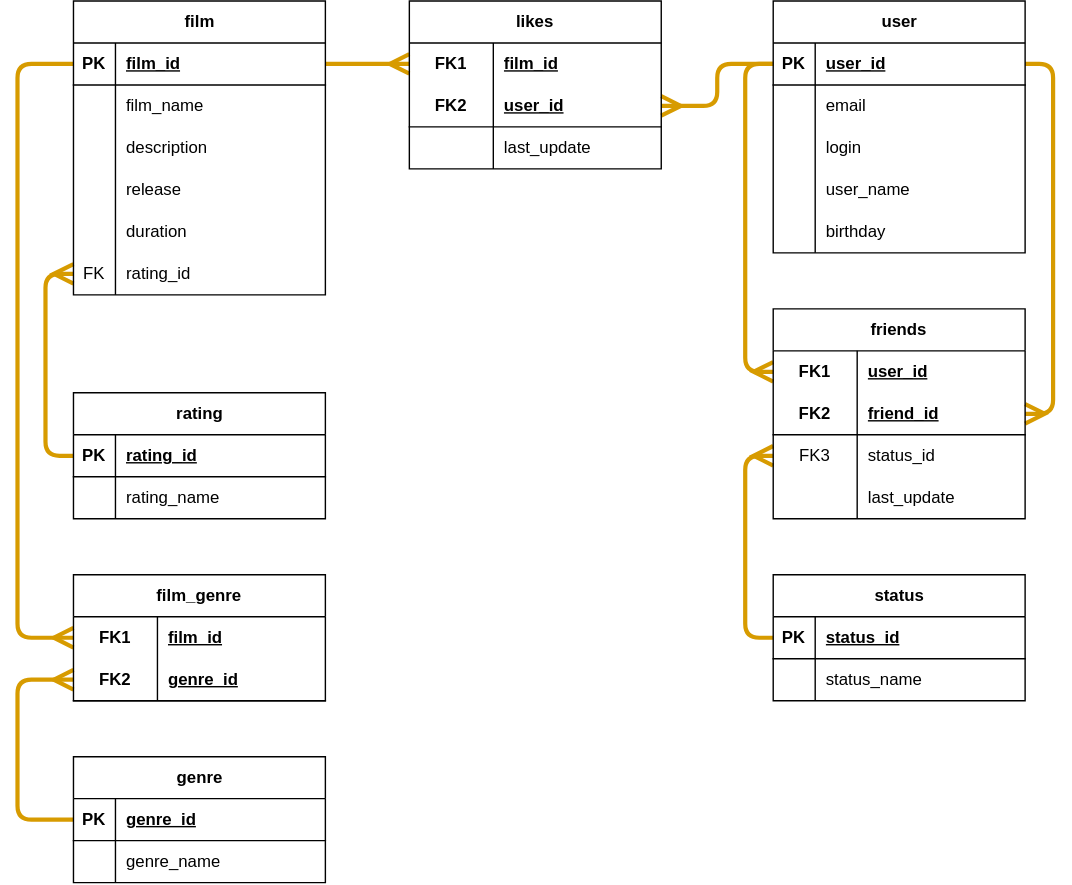
Earlier version of the draw.io export database_schema.svg (DenisPolo/java-filmorate). Source tidied: cells renumbered, new cells last; positions are measured from the earlier drawing's top-left corner, leaving out a move shared by most shapes.
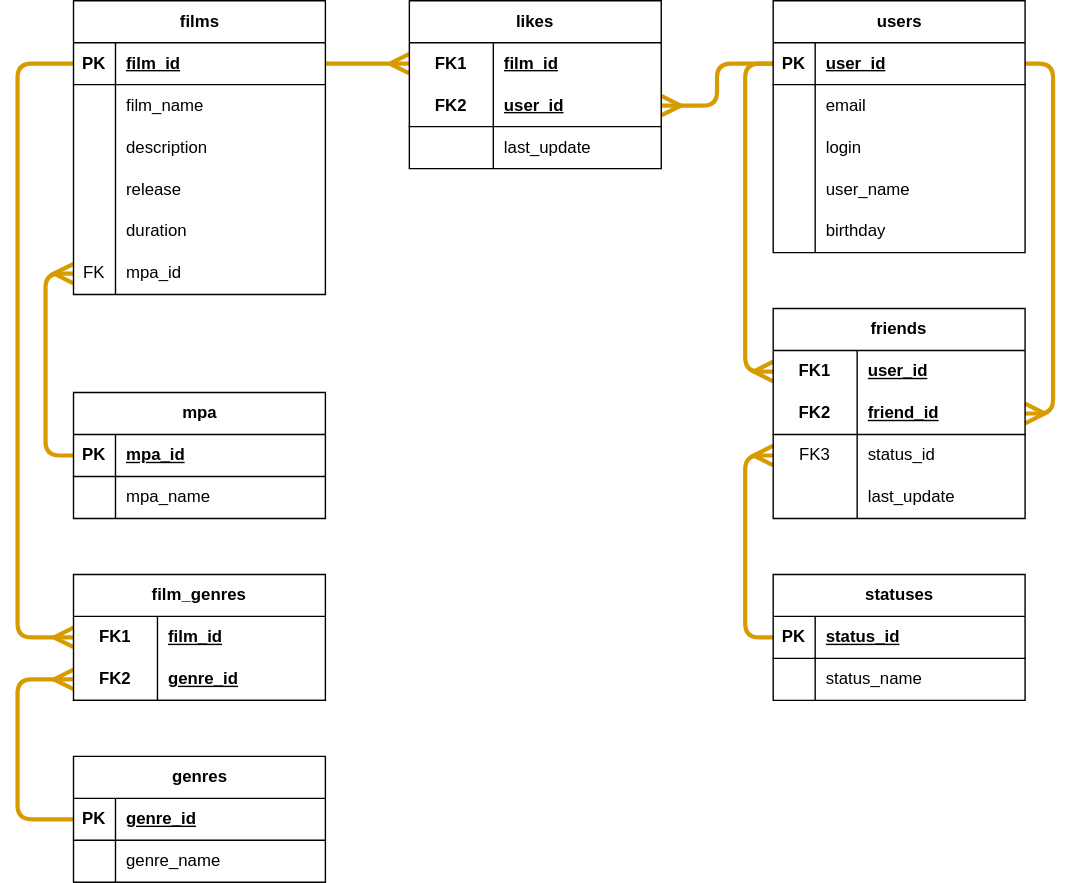
The same diagram one commit later.

Change to the diagram source:
```diff
@@ -54,7 +54,7 @@
     <mxCell id="9" style="edgeStyle=elbowEdgeStyle;fontSize=12;html=1;endArrow=ERmany;rounded=1;fillColor=#ffe6cc;strokeColor=#d79b00;strokeWidth=3;exitX=0;exitY=0.5;exitDx=0;exitDy=0;entryX=1;entryY=0.5;entryDx=0;entryDy=0;endSize=10;startSize=10;" parent="1" edge="1" source="44" target="83">
       <mxGeometry relative="1" as="geometry" />
     </mxCell>
-    <mxCell id="10" value="film" style="shape=table;startSize=30;rowLines=0;fontStyle=1;align=center;html=1;" parent="1" vertex="1">
+    <mxCell id="10" value="films" style="shape=table;startSize=30;rowLines=0;fontStyle=1;align=center;html=1;" parent="1" vertex="1">
       <mxGeometry x="40" width="180" height="210" as="geometry" />
     </mxCell>
     <mxCell id="11" style="shape=tableRow;horizontal=0;startSize=0;swimlaneHead=0;swimlaneBody=0;fillColor=none;points=[[0,0.5],[1,0.5]];portConstraint=eastwest;top=0;left=0;right=0;bottom=1;" parent="10" vertex="1">
@@ -108,10 +108,10 @@
     <mxCell id="27" value="FK" style="shape=partialRectangle;fillColor=none;top=0;left=0;bottom=0;right=0;overflow=hidden;whiteSpace=wrap;html=1;" parent="26" vertex="1">
       <mxGeometry width="30" height="30" as="geometry" />
     </mxCell>
-    <mxCell id="28" value="rating_id" style="shape=partialRectangle;fillColor=none;top=0;left=0;bottom=0;right=0;align=left;spacingLeft=6;overflow=hidden;whiteSpace=wrap;html=1;" parent="26" vertex="1">
+    <mxCell id="28" value="mpa_id" style="shape=partialRectangle;fillColor=none;top=0;left=0;bottom=0;right=0;align=left;spacingLeft=6;overflow=hidden;whiteSpace=wrap;html=1;" parent="26" vertex="1">
       <mxGeometry x="30" width="150" height="30" as="geometry" />
     </mxCell>
-    <mxCell id="29" value="rating" style="shape=table;startSize=30;rowLines=0;fontStyle=1;align=center;html=1;" parent="1" vertex="1">
+    <mxCell id="29" value="mpa" style="shape=table;startSize=30;rowLines=0;fontStyle=1;align=center;html=1;" parent="1" vertex="1">
       <mxGeometry x="40" y="280" width="180" height="90" as="geometry" />
     </mxCell>
     <mxCell id="30" style="shape=tableRow;horizontal=0;startSize=0;swimlaneHead=0;swimlaneBody=0;fillColor=none;points=[[0,0.5],[1,0.5]];portConstraint=eastwest;top=0;left=0;right=0;bottom=1;" parent="29" vertex="1">
@@ -120,7 +120,7 @@
     <mxCell id="31" value="PK" style="shape=partialRectangle;fillColor=none;top=0;left=0;bottom=0;right=0;fontStyle=1;overflow=hidden;whiteSpace=wrap;html=1;" parent="30" vertex="1">
       <mxGeometry width="30" height="30" as="geometry" />
     </mxCell>
-    <mxCell id="32" value="rating_id" style="shape=partialRectangle;fillColor=none;top=0;left=0;bottom=0;right=0;align=left;spacingLeft=6;fontStyle=5;overflow=hidden;whiteSpace=wrap;html=1;" parent="30" vertex="1">
+    <mxCell id="32" value="mpa_id" style="shape=partialRectangle;fillColor=none;top=0;left=0;bottom=0;right=0;align=left;spacingLeft=6;fontStyle=5;overflow=hidden;whiteSpace=wrap;html=1;" parent="30" vertex="1">
       <mxGeometry x="30" width="150" height="30" as="geometry" />
     </mxCell>
     <mxCell id="33" style="shape=tableRow;horizontal=0;startSize=0;swimlaneHead=0;swimlaneBody=0;fillColor=none;top=0;left=0;right=0;bottom=0;" parent="29" vertex="1">
@@ -129,10 +129,10 @@
     <mxCell id="34" style="shape=partialRectangle;fillColor=none;top=0;left=0;bottom=0;right=0;overflow=hidden;whiteSpace=wrap;html=1;" parent="33" vertex="1">
       <mxGeometry width="30" height="30" as="geometry" />
     </mxCell>
-    <mxCell id="35" value="rating_name" style="shape=partialRectangle;fillColor=none;top=0;left=0;bottom=0;right=0;align=left;spacingLeft=6;overflow=hidden;whiteSpace=wrap;html=1;" parent="33" vertex="1">
+    <mxCell id="35" value="mpa_name" style="shape=partialRectangle;fillColor=none;top=0;left=0;bottom=0;right=0;align=left;spacingLeft=6;overflow=hidden;whiteSpace=wrap;html=1;" parent="33" vertex="1">
       <mxGeometry x="30" width="150" height="30" as="geometry" />
     </mxCell>
-    <mxCell id="36" value="genre" style="shape=table;startSize=30;rowLines=0;fontStyle=1;align=center;html=1;" parent="1" vertex="1">
+    <mxCell id="36" value="genres" style="shape=table;startSize=30;rowLines=0;fontStyle=1;align=center;html=1;" parent="1" vertex="1">
       <mxGeometry x="40" y="540" width="180" height="90" as="geometry" />
     </mxCell>
     <mxCell id="37" style="shape=tableRow;horizontal=0;startSize=0;swimlaneHead=0;swimlaneBody=0;fillColor=none;points=[[0,0.5],[1,0.5]];portConstraint=eastwest;top=0;left=0;right=0;bottom=1;" parent="36" vertex="1">
@@ -153,7 +153,7 @@
     <mxCell id="42" value="genre_name" style="shape=partialRectangle;fillColor=none;top=0;left=0;bottom=0;right=0;align=left;spacingLeft=6;overflow=hidden;whiteSpace=wrap;html=1;" parent="40" vertex="1">
       <mxGeometry x="30" width="150" height="30" as="geometry" />
     </mxCell>
-    <mxCell id="43" value="user" style="shape=table;startSize=30;rowLines=0;fontStyle=1;align=center;html=1;" parent="1" vertex="1">
+    <mxCell id="43" value="users" style="shape=table;startSize=30;rowLines=0;fontStyle=1;align=center;html=1;" parent="1" vertex="1">
       <mxGeometry x="540" width="180" height="180" as="geometry" />
     </mxCell>
     <mxCell id="44" style="shape=tableRow;horizontal=0;startSize=0;swimlaneHead=0;swimlaneBody=0;fillColor=none;points=[[0,0.5],[1,0.5]];portConstraint=eastwest;top=0;left=0;right=0;bottom=1;" parent="43" vertex="1">
@@ -240,7 +240,7 @@
     <mxCell id="71" value="last_update" style="shape=partialRectangle;fillColor=none;top=0;left=0;bottom=0;right=0;align=left;spacingLeft=6;overflow=hidden;html=1;whiteSpace=wrap;" parent="69" vertex="1">
       <mxGeometry x="60" width="120" height="30" as="geometry" />
     </mxCell>
-    <mxCell id="72" value="status" style="shape=table;startSize=30;rowLines=0;fontStyle=1;align=center;html=1;" parent="1" vertex="1">
+    <mxCell id="72" value="statuses" style="shape=table;startSize=30;rowLines=0;fontStyle=1;align=center;html=1;" parent="1" vertex="1">
       <mxGeometry x="540" y="410" width="180" height="90" as="geometry" />
     </mxCell>
     <mxCell id="73" style="shape=tableRow;horizontal=0;startSize=0;swimlaneHead=0;swimlaneBody=0;fillColor=none;points=[[0,0.5],[1,0.5]];portConstraint=eastwest;top=0;left=0;right=0;bottom=1;" parent="72" vertex="1">
@@ -291,7 +291,7 @@
     <mxCell id="88" value="last_update" style="shape=partialRectangle;fillColor=none;top=0;left=0;bottom=0;right=0;align=left;spacingLeft=6;overflow=hidden;html=1;whiteSpace=wrap;" parent="86" vertex="1">
       <mxGeometry x="60" width="120" height="30" as="geometry" />
     </mxCell>
-    <mxCell id="89" value="film_genre" style="shape=table;startSize=30;rowLines=0;fontStyle=1;align=center;html=1;whiteSpace=wrap;" parent="1" vertex="1">
+    <mxCell id="89" value="film_genres" style="shape=table;startSize=30;rowLines=0;fontStyle=1;align=center;html=1;whiteSpace=wrap;" parent="1" vertex="1">
       <mxGeometry x="40" y="410" width="180" height="90" as="geometry" />
     </mxCell>
     <mxCell id="90" style="shape=tableRow;horizontal=0;startSize=0;swimlaneHead=0;swimlaneBody=0;fillColor=none;points=[[0,0.5],[1,0.5]];portConstraint=eastwest;top=0;left=0;right=0;bottom=0;html=1;" parent="89" vertex="1">
```
